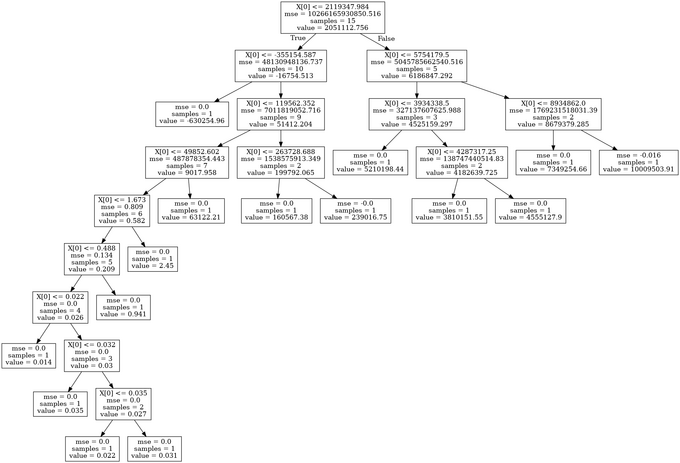
Earlier version of the Graphviz export dot_tree.png (Dimitrios-Mourtzilas/Business-Strategy). Its source is kept beside it as dot_tree.dot.
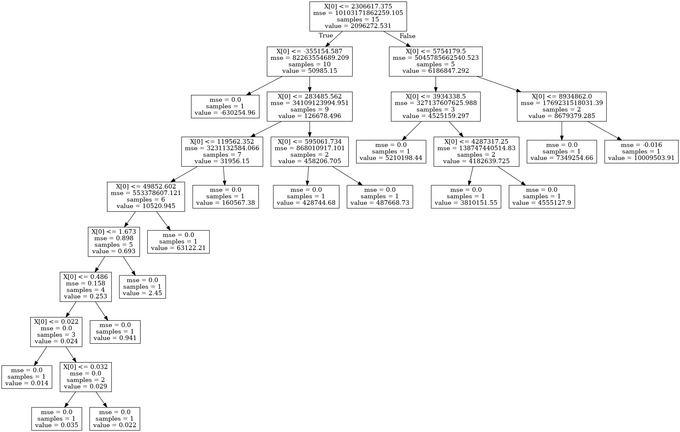
Later version of the same file.

Change to the diagram source:
```diff
@@ -1,45 +1,45 @@
 digraph Tree {
 node [shape=box] ;
-0 [label="X[0] <= 2119347.984\nmse = 10266165930850.516\nsamples = 15\nvalue = 2051112.756"] ;
-1 [label="X[0] <= -355154.587\nmse = 48130948136.737\nsamples = 10\nvalue = -16754.513"] ;
+0 [label="X[0] <= 2306617.375\nmse = 10103171862259.105\nsamples = 15\nvalue = 2096272.531"] ;
+1 [label="X[0] <= -355154.587\nmse = 82263554689.209\nsamples = 10\nvalue = 50985.15"] ;
 0 -> 1 [labeldistance=2.5, labelangle=45, headlabel="True"] ;
 2 [label="mse = 0.0\nsamples = 1\nvalue = -630254.96"] ;
 1 -> 2 ;
-3 [label="X[0] <= 119562.352\nmse = 7011819052.716\nsamples = 9\nvalue = 51412.204"] ;
+3 [label="X[0] <= 283485.562\nmse = 34109123994.951\nsamples = 9\nvalue = 126678.496"] ;
 1 -> 3 ;
-4 [label="X[0] <= 49852.602\nmse = 487878354.443\nsamples = 7\nvalue = 9017.958"] ;
+4 [label="X[0] <= 119562.352\nmse = 3231132584.066\nsamples = 7\nvalue = 31956.15"] ;
 3 -> 4 ;
-5 [label="X[0] <= 1.673\nmse = 0.809\nsamples = 6\nvalue = 0.582"] ;
+5 [label="X[0] <= 49852.602\nmse = 553378607.121\nsamples = 6\nvalue = 10520.945"] ;
 4 -> 5 ;
-6 [label="X[0] <= 0.488\nmse = 0.134\nsamples = 5\nvalue = 0.209"] ;
+6 [label="X[0] <= 1.673\nmse = 0.898\nsamples = 5\nvalue = 0.693"] ;
 5 -> 6 ;
-7 [label="X[0] <= 0.022\nmse = 0.0\nsamples = 4\nvalue = 0.026"] ;
+7 [label="X[0] <= 0.486\nmse = 0.158\nsamples = 4\nvalue = 0.253"] ;
 6 -> 7 ;
-8 [label="mse = 0.0\nsamples = 1\nvalue = 0.014"] ;
+8 [label="X[0] <= 0.022\nmse = 0.0\nsamples = 3\nvalue = 0.024"] ;
 7 -> 8 ;
-9 [label="X[0] <= 0.032\nmse = 0.0\nsamples = 3\nvalue = 0.03"] ;
-7 -> 9 ;
-10 [label="mse = 0.0\nsamples = 1\nvalue = 0.035"] ;
-9 -> 10 ;
-11 [label="X[0] <= 0.035\nmse = 0.0\nsamples = 2\nvalue = 0.027"] ;
-9 -> 11 ;
+9 [label="mse = 0.0\nsamples = 1\nvalue = 0.014"] ;
+8 -> 9 ;
+10 [label="X[0] <= 0.032\nmse = 0.0\nsamples = 2\nvalue = 0.029"] ;
+8 -> 10 ;
+11 [label="mse = 0.0\nsamples = 1\nvalue = 0.035"] ;
+10 -> 11 ;
 12 [label="mse = 0.0\nsamples = 1\nvalue = 0.022"] ;
-11 -> 12 ;
-13 [label="mse = 0.0\nsamples = 1\nvalue = 0.031"] ;
-11 -> 13 ;
-14 [label="mse = 0.0\nsamples = 1\nvalue = 0.941"] ;
+10 -> 12 ;
+13 [label="mse = 0.0\nsamples = 1\nvalue = 0.941"] ;
+7 -> 13 ;
+14 [label="mse = 0.0\nsamples = 1\nvalue = 2.45"] ;
 6 -> 14 ;
-15 [label="mse = 0.0\nsamples = 1\nvalue = 2.45"] ;
+15 [label="mse = 0.0\nsamples = 1\nvalue = 63122.21"] ;
 5 -> 15 ;
-16 [label="mse = 0.0\nsamples = 1\nvalue = 63122.21"] ;
+16 [label="mse = 0.0\nsamples = 1\nvalue = 160567.38"] ;
 4 -> 16 ;
-17 [label="X[0] <= 263728.688\nmse = 1538575913.349\nsamples = 2\nvalue = 199792.065"] ;
+17 [label="X[0] <= 595061.734\nmse = 868010917.101\nsamples = 2\nvalue = 458206.705"] ;
 3 -> 17 ;
-18 [label="mse = 0.0\nsamples = 1\nvalue = 160567.38"] ;
+18 [label="mse = 0.0\nsamples = 1\nvalue = 428744.68"] ;
 17 -> 18 ;
-19 [label="mse = -0.0\nsamples = 1\nvalue = 239016.75"] ;
+19 [label="mse = 0.0\nsamples = 1\nvalue = 487668.73"] ;
 17 -> 19 ;
-20 [label="X[0] <= 5754179.5\nmse = 5045785662540.516\nsamples = 5\nvalue = 6186847.292"] ;
+20 [label="X[0] <= 5754179.5\nmse = 5045785662540.523\nsamples = 5\nvalue = 6186847.292"] ;
 0 -> 20 [labeldistance=2.5, labelangle=-45, headlabel="False"] ;
 21 [label="X[0] <= 3934338.5\nmse = 327137607625.988\nsamples = 3\nvalue = 4525159.297"] ;
 20 -> 21 ;
```
